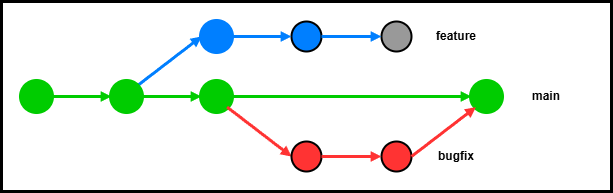
Above: images/contributing/exp_debug_after.png in yuukougun/procon-sandbox (draw.io), before the change. Source tidied: cells renumbered, new cells last; positions are measured from the earlier drawing's top-left corner, leaving out a move shared by most shapes. Its diagram source:
```xml
<mxGraphModel>
  <root>
    <mxCell id="0" />
    <mxCell id="1" parent="0" />
    <mxCell id="2" style="rounded=0;whiteSpace=wrap;html=1;strokeWidth=3;" parent="1" vertex="1">
      <mxGeometry width="610" height="190" as="geometry" />
    </mxCell>
    <mxCell id="3" style="endArrow=block;html=1;strokeColor=#007FFF;endFill=1;strokeWidth=3;endSize=3;entryX=0;entryY=0.5;entryDx=0;entryDy=0;exitX=1;exitY=0;exitDx=0;exitDy=0;" parent="1" edge="1" source="11" target="4">
      <mxGeometry relative="1" as="geometry" />
    </mxCell>
    <mxCell id="4" style="ellipse;whiteSpace=wrap;html=1;strokeWidth=5;strokeColor=#007FFF;fillColor=#007FFF;perimeterSpacing=0;fillStyle=auto;shadow=0;fontColor=#ffffff;" parent="1" vertex="1">
      <mxGeometry x="200" y="20" width="30" height="30" as="geometry" />
    </mxCell>
    <mxCell id="5" style="ellipse;whiteSpace=wrap;html=1;strokeWidth=2;strokeColor=#000000;fillColor=#007FFF;perimeterSpacing=0;fillStyle=auto;shadow=0;fontColor=#ffffff;" parent="1" vertex="1">
      <mxGeometry x="290" y="20" width="30" height="30" as="geometry" />
    </mxCell>
    <mxCell id="6" style="endArrow=block;html=1;strokeColor=#007FFF;endFill=1;strokeWidth=3;endSize=3;entryX=0;entryY=0.5;entryDx=0;entryDy=0;exitX=1;exitY=0.5;exitDx=0;exitDy=0;" parent="1" edge="1" source="4" target="5">
      <mxGeometry relative="1" as="geometry" />
    </mxCell>
    <mxCell id="7" style="ellipse;whiteSpace=wrap;html=1;strokeWidth=2;strokeColor=#000000;fillColor=#999999;perimeterSpacing=0;fillStyle=auto;shadow=0;fontColor=#ffffff;" parent="1" vertex="1">
      <mxGeometry x="380" y="20" width="30" height="30" as="geometry" />
    </mxCell>
    <mxCell id="8" style="endArrow=block;html=1;strokeColor=#007FFF;endFill=1;strokeWidth=3;endSize=3;entryX=0;entryY=0.5;entryDx=0;entryDy=0;exitX=1;exitY=0.5;exitDx=0;exitDy=0;" parent="1" edge="1" source="5" target="7">
      <mxGeometry relative="1" as="geometry" />
    </mxCell>
    <mxCell id="9" value="feature" style="text;strokeColor=none;fillColor=none;align=center;verticalAlign=middle;spacingLeft=4;spacingRight=4;overflow=hidden;whiteSpace=wrap;html=1;fontStyle=1;" parent="1" vertex="1">
      <mxGeometry x="410" y="20" width="90" height="30" as="geometry" />
    </mxCell>
    <mxCell id="10" style="endArrow=block;html=1;strokeColor=#00CC00;endFill=1;strokeWidth=3;endSize=3;entryX=0;entryY=0.5;entryDx=0;entryDy=0;exitX=1;exitY=0.5;exitDx=0;exitDy=0;" parent="1" edge="1" source="12" target="11">
      <mxGeometry relative="1" as="geometry" />
    </mxCell>
    <mxCell id="11" style="ellipse;whiteSpace=wrap;html=1;strokeWidth=5;strokeColor=#00CC00;fillColor=#00CC00;perimeterSpacing=0;fillStyle=auto;shadow=0;fontColor=#ffffff;" parent="1" vertex="1">
      <mxGeometry x="110" y="80" width="30" height="30" as="geometry" />
    </mxCell>
    <mxCell id="12" style="ellipse;whiteSpace=wrap;html=1;strokeWidth=5;strokeColor=#00CC00;fillColor=#00CC00;perimeterSpacing=0;fillStyle=auto;shadow=0;fontColor=#ffffff;" parent="1" vertex="1">
      <mxGeometry x="20" y="80" width="30" height="30" as="geometry" />
    </mxCell>
    <mxCell id="13" style="ellipse;whiteSpace=wrap;html=1;strokeWidth=5;strokeColor=#00CC00;fillColor=#00CC00;perimeterSpacing=0;fillStyle=auto;shadow=0;fontColor=#ffffff;" parent="1" vertex="1">
      <mxGeometry x="200" y="80" width="30" height="30" as="geometry" />
    </mxCell>
    <mxCell id="14" style="endArrow=block;html=1;strokeColor=#00CC00;endFill=1;strokeWidth=3;endSize=3;exitX=1;exitY=0.5;exitDx=0;exitDy=0;entryX=0;entryY=0.5;entryDx=0;entryDy=0;" parent="1" edge="1" source="11" target="13">
      <mxGeometry relative="1" as="geometry" />
    </mxCell>
    <mxCell id="15" value="main" style="text;strokeColor=none;fillColor=none;align=center;verticalAlign=middle;spacingLeft=4;spacingRight=4;overflow=hidden;whiteSpace=wrap;html=1;fontStyle=1;" parent="1" vertex="1">
      <mxGeometry x="500" y="80" width="90" height="30" as="geometry" />
    </mxCell>
    <mxCell id="16" style="endArrow=block;html=1;strokeColor=#FF3333;endFill=1;strokeWidth=3;endSize=3;entryX=0;entryY=0.5;entryDx=0;entryDy=0;exitX=1;exitY=1;exitDx=0;exitDy=0;" parent="1" edge="1" source="13" target="18">
      <mxGeometry relative="1" as="geometry" />
    </mxCell>
    <mxCell id="17" style="ellipse;whiteSpace=wrap;html=1;strokeWidth=5;strokeColor=#00CC00;fillColor=#00CC00;perimeterSpacing=0;fillStyle=auto;shadow=0;fontColor=#ffffff;" parent="1" vertex="1">
      <mxGeometry x="470" y="80" width="30" height="30" as="geometry" />
    </mxCell>
    <mxCell id="18" style="ellipse;whiteSpace=wrap;html=1;strokeWidth=2;strokeColor=#000000;fillColor=#FF3333;perimeterSpacing=0;fillStyle=auto;shadow=0;fontColor=#ffffff;" parent="1" vertex="1">
      <mxGeometry x="290" y="140" width="30" height="30" as="geometry" />
    </mxCell>
    <mxCell id="19" style="ellipse;whiteSpace=wrap;html=1;strokeWidth=2;strokeColor=#000000;fillColor=#FF3333;perimeterSpacing=0;fillStyle=auto;shadow=0;fontColor=#ffffff;" parent="1" vertex="1">
      <mxGeometry x="380" y="140" width="30" height="30" as="geometry" />
    </mxCell>
    <mxCell id="20" style="endArrow=block;html=1;strokeColor=#FF3333;endFill=1;strokeWidth=3;endSize=3;entryX=0;entryY=0.5;entryDx=0;entryDy=0;exitX=1;exitY=0.5;exitDx=0;exitDy=0;" parent="1" edge="1" source="18" target="19">
      <mxGeometry relative="1" as="geometry" />
    </mxCell>
    <mxCell id="21" value="bugfix" style="text;strokeColor=none;fillColor=none;align=center;verticalAlign=middle;spacingLeft=4;spacingRight=4;overflow=hidden;whiteSpace=wrap;html=1;fontStyle=1;" parent="1" vertex="1">
      <mxGeometry x="410" y="140" width="90" height="30" as="geometry" />
    </mxCell>
    <mxCell id="22" style="endArrow=block;html=1;strokeColor=#FF3333;endFill=1;strokeWidth=3;endSize=3;entryX=0;entryY=1;entryDx=0;entryDy=0;exitX=1;exitY=0.5;exitDx=0;exitDy=0;" parent="1" edge="1" source="19" target="17">
      <mxGeometry relative="1" as="geometry" />
    </mxCell>
    <mxCell id="23" style="endArrow=block;html=1;strokeColor=#00CC00;endFill=1;strokeWidth=3;endSize=3;exitX=1;exitY=0.5;exitDx=0;exitDy=0;entryX=0;entryY=0.5;entryDx=0;entryDy=0;" parent="1" edge="1" source="13" target="17">
      <mxGeometry relative="1" as="geometry" />
    </mxCell>
  </root>
</mxGraphModel>
```
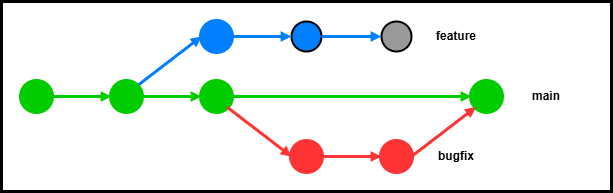
The same diagram one commit later.

The edit, as a diff of the source:
```diff
@@ -50,10 +50,10 @@
     <mxCell id="17" style="ellipse;whiteSpace=wrap;html=1;strokeWidth=5;strokeColor=#00CC00;fillColor=#00CC00;perimeterSpacing=0;fillStyle=auto;shadow=0;fontColor=#ffffff;" parent="1" vertex="1">
       <mxGeometry x="470" y="80" width="30" height="30" as="geometry" />
     </mxCell>
-    <mxCell id="18" style="ellipse;whiteSpace=wrap;html=1;strokeWidth=2;strokeColor=#000000;fillColor=#FF3333;perimeterSpacing=0;fillStyle=auto;shadow=0;fontColor=#ffffff;" parent="1" vertex="1">
+    <mxCell id="18" style="ellipse;whiteSpace=wrap;html=1;strokeWidth=5;strokeColor=#FF3333;fillColor=#FF3333;perimeterSpacing=0;fillStyle=auto;shadow=0;fontColor=#ffffff;" parent="1" vertex="1">
       <mxGeometry x="290" y="140" width="30" height="30" as="geometry" />
     </mxCell>
-    <mxCell id="19" style="ellipse;whiteSpace=wrap;html=1;strokeWidth=2;strokeColor=#000000;fillColor=#FF3333;perimeterSpacing=0;fillStyle=auto;shadow=0;fontColor=#ffffff;" parent="1" vertex="1">
+    <mxCell id="19" style="ellipse;whiteSpace=wrap;html=1;strokeWidth=5;strokeColor=#FF3333;fillColor=#FF3333;perimeterSpacing=0;fillStyle=auto;shadow=0;fontColor=#ffffff;" parent="1" vertex="1">
       <mxGeometry x="380" y="140" width="30" height="30" as="geometry" />
     </mxCell>
     <mxCell id="20" style="endArrow=block;html=1;strokeColor=#FF3333;endFill=1;strokeWidth=3;endSize=3;entryX=0;entryY=0.5;entryDx=0;entryDy=0;exitX=1;exitY=0.5;exitDx=0;exitDy=0;" parent="1" edge="1" source="18" target="19">
```
